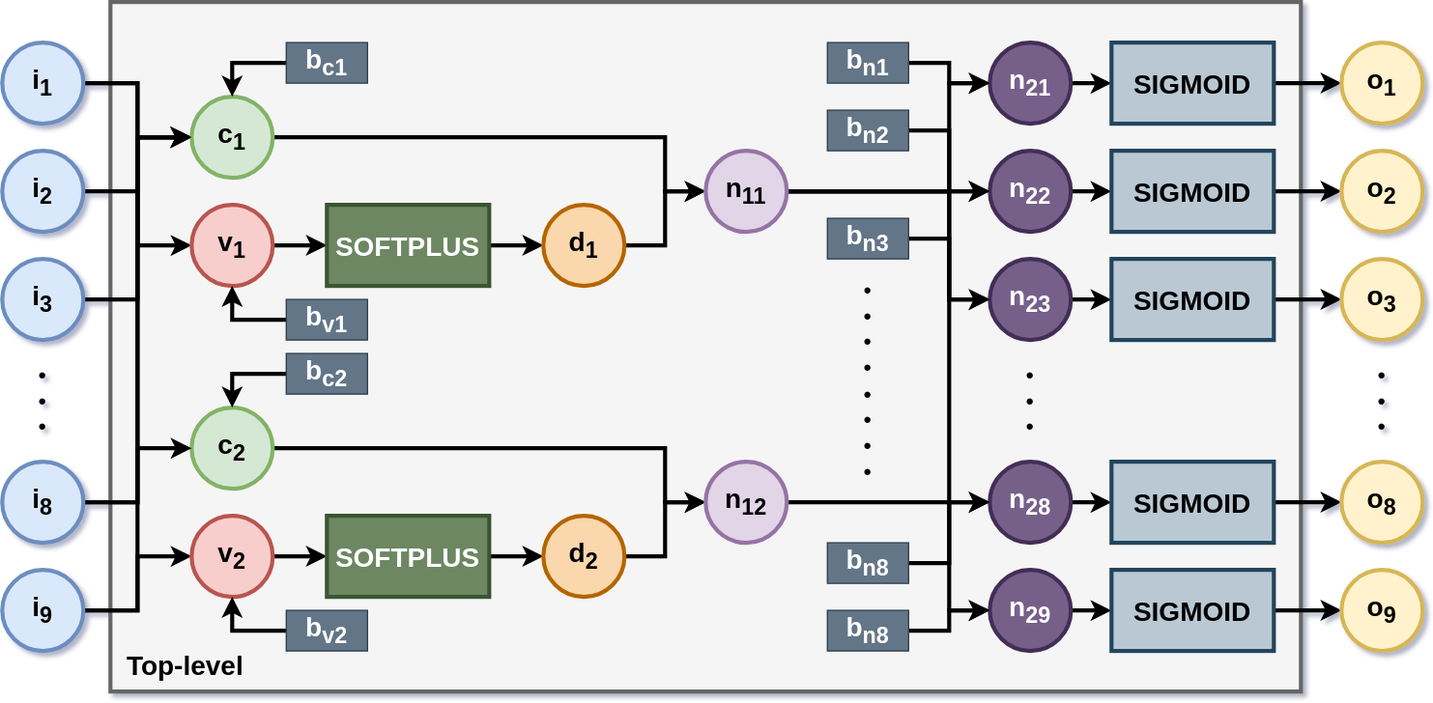
Earlier version of the draw.io export Level1/VAE.svg (gamalieladarann/KelompokXX). Source tidied: cells renumbered, new cells last; positions are measured from the earlier drawing's top-left corner, leaving out a move shared by most shapes.
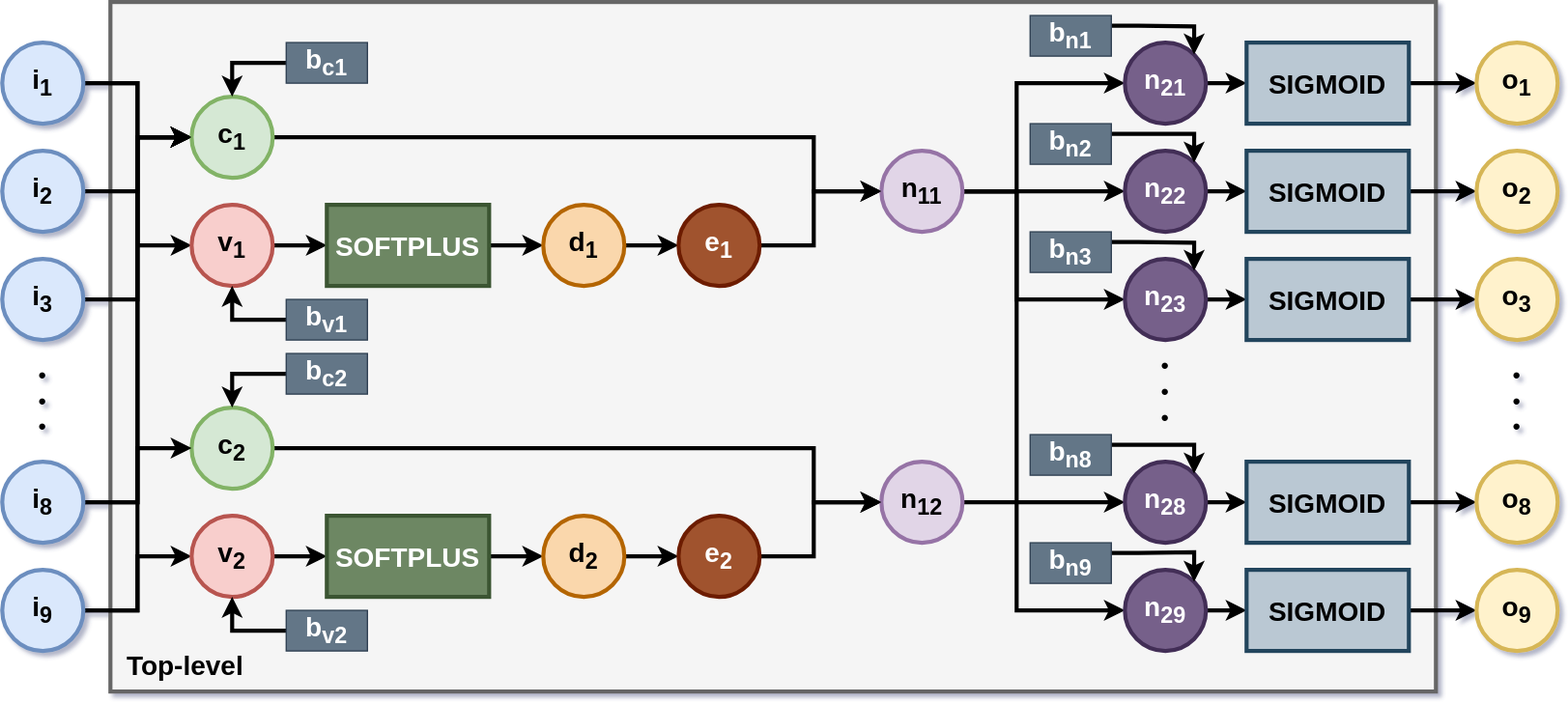
The same file after the commit.

What changed in the source:
```diff
@@ -5,3 +5,3 @@
     <mxCell id="2" style="rounded=0;whiteSpace=wrap;html=1;strokeWidth=3;fillColor=#f5f5f5;fontColor=#333333;strokeColor=#666666;" parent="1" vertex="1">
-      <mxGeometry x="80" width="880" height="510" as="geometry" />
+      <mxGeometry x="80" width="980" height="510" as="geometry" />
     </mxCell>
@@ -40,4 +40,4 @@
         <Array as="points">
-          <mxPoint x="490" y="100" />
-          <mxPoint x="490" y="140" />
+          <mxPoint x="600" y="100" />
+          <mxPoint x="600" y="140" />
         </Array>
@@ -57,4 +57,4 @@
         <Array as="points">
-          <mxPoint x="490" y="330" />
-          <mxPoint x="490" y="370" />
+          <mxPoint x="600" y="330" />
+          <mxPoint x="600" y="370" />
         </Array>
@@ -92,3 +92,3 @@
     </mxCell>
-    <mxCell id="28" style="edgeStyle=orthogonalEdgeStyle;rounded=0;jettySize=auto;html=1;exitX=1;exitY=0.5;exitDx=0;exitDy=0;entryX=0;entryY=0.5;entryDx=0;entryDy=0;strokeWidth=3;" parent="1" edge="1" source="29" target="36">
+    <mxCell id="28" style="edgeStyle=orthogonalEdgeStyle;rounded=0;jettySize=auto;html=1;exitX=1;exitY=0.5;exitDx=0;exitDy=0;entryX=0;entryY=0.5;entryDx=0;entryDy=0;strokeWidth=3;" parent="1" edge="1" source="29" target="89">
       <mxGeometry relative="1" as="geometry">
@@ -96,3 +96,3 @@
           <mxPoint x="490" y="180" />
-          <mxPoint x="490" y="140" />
+          <mxPoint x="490" y="180" />
         </Array>
@@ -103,10 +103,5 @@
     </mxCell>
-    <mxCell id="30" style="edgeStyle=orthogonalEdgeStyle;rounded=0;jettySize=auto;html=1;exitX=1;exitY=0.5;exitDx=0;exitDy=0;entryX=0;entryY=0.5;entryDx=0;entryDy=0;strokeWidth=3;" parent="1" edge="1" source="31" target="38">
-      <mxGeometry relative="1" as="geometry">
-        <Array as="points">
-          <mxPoint x="490" y="410" />
-          <mxPoint x="490" y="370" />
-        </Array>
-      </mxGeometry>
-    </mxCell>
+    <mxCell id="87" style="edgeStyle=orthogonalEdgeStyle;rounded=0;jettySize=auto;html=1;strokeWidth=3;" parent="1" edge="1" source="31" target="91">
+      <mxGeometry relative="1" as="geometry" />
+    </mxCell>
     <mxCell id="31" value="d&lt;sub&gt;2&lt;/sub&gt;" style="ellipse;whiteSpace=wrap;html=1;fontStyle=1;fontSize=20;strokeWidth=3;fillColor=#fad7ac;strokeColor=#b46504;" parent="1" vertex="1">
@@ -114,10 +109,2 @@
     </mxCell>
-    <mxCell id="32" style="edgeStyle=orthogonalEdgeStyle;rounded=0;jettySize=auto;html=1;exitX=1;exitY=0.5;exitDx=0;exitDy=0;entryX=0;entryY=0.5;entryDx=0;entryDy=0;strokeWidth=3;" parent="1" edge="1" source="36" target="40">
-      <mxGeometry relative="1" as="geometry">
-        <Array as="points">
-          <mxPoint x="700" y="140" />
-          <mxPoint x="700" y="60" />
-        </Array>
-      </mxGeometry>
-    </mxCell>
     <mxCell id="33" style="edgeStyle=orthogonalEdgeStyle;rounded=0;jettySize=auto;html=1;exitX=1;exitY=0.5;exitDx=0;exitDy=0;entryX=0;entryY=0.5;entryDx=0;entryDy=0;strokeWidth=3;" parent="1" edge="1" source="36" target="48">
@@ -125,4 +112,4 @@
         <Array as="points">
-          <mxPoint x="700" y="140" />
-          <mxPoint x="700" y="450" />
+          <mxPoint x="750" y="140" />
+          <mxPoint x="750" y="450" />
         </Array>
@@ -136,4 +123,4 @@
         <Array as="points">
-          <mxPoint x="700" y="140" />
-          <mxPoint x="700" y="220" />
+          <mxPoint x="750" y="140" />
+          <mxPoint x="750" y="220" />
         </Array>
@@ -141,4 +128,12 @@
     </mxCell>
+    <mxCell id="32" style="edgeStyle=orthogonalEdgeStyle;rounded=0;jettySize=auto;html=1;exitX=1;exitY=0.5;exitDx=0;exitDy=0;entryX=0;entryY=0.5;entryDx=0;entryDy=0;strokeWidth=3;" parent="1" edge="1" source="36" target="40">
+      <mxGeometry relative="1" as="geometry">
+        <Array as="points">
+          <mxPoint x="750" y="140" />
+          <mxPoint x="750" y="60" />
+        </Array>
+      </mxGeometry>
+    </mxCell>
     <mxCell id="36" value="n&lt;sub&gt;11&lt;/sub&gt;" style="ellipse;whiteSpace=wrap;html=1;fontStyle=1;fontSize=20;strokeWidth=3;fillColor=#e1d5e7;strokeColor=#9673a6;" parent="1" vertex="1">
-      <mxGeometry x="520" y="110" width="60" height="60" as="geometry" />
+      <mxGeometry x="650" y="110" width="60" height="60" as="geometry" />
     </mxCell>
@@ -148,3 +143,3 @@
     <mxCell id="38" value="n&lt;sub&gt;12&lt;/sub&gt;" style="ellipse;whiteSpace=wrap;html=1;fontStyle=1;fontSize=20;strokeWidth=3;fillColor=#e1d5e7;strokeColor=#9673a6;" parent="1" vertex="1">
-      <mxGeometry x="520" y="340" width="60" height="60" as="geometry" />
+      <mxGeometry x="650" y="340" width="60" height="60" as="geometry" />
     </mxCell>
@@ -154,3 +149,3 @@
     <mxCell id="40" value="n&lt;sub&gt;21&lt;/sub&gt;" style="ellipse;whiteSpace=wrap;html=1;fontStyle=1;fontSize=20;strokeWidth=3;fillColor=#76608a;fontColor=#ffffff;strokeColor=#432D57;" parent="1" vertex="1">
-      <mxGeometry x="730" y="30" width="60" height="60" as="geometry" />
+      <mxGeometry x="830" y="30" width="60" height="60" as="geometry" />
     </mxCell>
@@ -160,3 +155,3 @@
     <mxCell id="42" value="n&lt;sub&gt;22&lt;/sub&gt;" style="ellipse;whiteSpace=wrap;html=1;fontStyle=1;fontSize=20;strokeWidth=3;fillColor=#76608a;fontColor=#ffffff;strokeColor=#432D57;" parent="1" vertex="1">
-      <mxGeometry x="730" y="110" width="60" height="60" as="geometry" />
+      <mxGeometry x="830" y="110" width="60" height="60" as="geometry" />
     </mxCell>
@@ -166,3 +161,3 @@
     <mxCell id="44" value="n&lt;sub&gt;23&lt;/sub&gt;" style="ellipse;whiteSpace=wrap;html=1;fontStyle=1;fontSize=20;strokeWidth=3;fillColor=#76608a;fontColor=#ffffff;strokeColor=#432D57;" parent="1" vertex="1">
-      <mxGeometry x="730" y="190" width="60" height="60" as="geometry" />
+      <mxGeometry x="830" y="190" width="60" height="60" as="geometry" />
     </mxCell>
@@ -172,3 +167,3 @@
     <mxCell id="46" value="n&lt;sub&gt;28&lt;/sub&gt;" style="ellipse;whiteSpace=wrap;html=1;fontStyle=1;fontSize=20;strokeWidth=3;fillColor=#76608a;fontColor=#ffffff;strokeColor=#432D57;" parent="1" vertex="1">
-      <mxGeometry x="730" y="340" width="60" height="60" as="geometry" />
+      <mxGeometry x="830" y="340" width="60" height="60" as="geometry" />
     </mxCell>
@@ -178,3 +173,3 @@
     <mxCell id="48" value="n&lt;sub&gt;29&lt;/sub&gt;" style="ellipse;whiteSpace=wrap;html=1;fontStyle=1;fontSize=20;strokeWidth=3;fillColor=#76608a;fontColor=#ffffff;strokeColor=#432D57;" parent="1" vertex="1">
-      <mxGeometry x="730" y="420" width="60" height="60" as="geometry" />
+      <mxGeometry x="830" y="420" width="60" height="60" as="geometry" />
     </mxCell>
@@ -184,3 +179,3 @@
     <mxCell id="50" value="&lt;b&gt;&lt;font&gt;SIGMOID&lt;/font&gt;&lt;/b&gt;" style="rounded=0;whiteSpace=wrap;html=1;fontSize=20;strokeWidth=3;fillColor=#bac8d3;strokeColor=#23445d;" parent="1" vertex="1">
-      <mxGeometry x="820" y="30" width="120" height="60" as="geometry" />
+      <mxGeometry x="920" y="30" width="120" height="60" as="geometry" />
     </mxCell>
@@ -190,3 +185,3 @@
     <mxCell id="52" value="&lt;b&gt;&lt;font&gt;SIGMOID&lt;/font&gt;&lt;/b&gt;" style="rounded=0;whiteSpace=wrap;html=1;fontSize=20;strokeWidth=3;fillColor=#bac8d3;strokeColor=#23445d;" parent="1" vertex="1">
-      <mxGeometry x="820" y="110" width="120" height="60" as="geometry" />
+      <mxGeometry x="920" y="110" width="120" height="60" as="geometry" />
     </mxCell>
@@ -196,3 +191,3 @@
     <mxCell id="54" value="&lt;b&gt;&lt;font&gt;SIGMOID&lt;/font&gt;&lt;/b&gt;" style="rounded=0;whiteSpace=wrap;html=1;fontSize=20;strokeWidth=3;fillColor=#bac8d3;strokeColor=#23445d;" parent="1" vertex="1">
-      <mxGeometry x="820" y="190" width="120" height="60" as="geometry" />
+      <mxGeometry x="920" y="190" width="120" height="60" as="geometry" />
     </mxCell>
@@ -202,3 +197,3 @@
     <mxCell id="56" value="&lt;b&gt;&lt;font&gt;SIGMOID&lt;/font&gt;&lt;/b&gt;" style="rounded=0;whiteSpace=wrap;html=1;fontSize=20;strokeWidth=3;fillColor=#bac8d3;strokeColor=#23445d;" parent="1" vertex="1">
-      <mxGeometry x="820" y="340" width="120" height="60" as="geometry" />
+      <mxGeometry x="920" y="340" width="120" height="60" as="geometry" />
     </mxCell>
@@ -208,21 +203,21 @@
     <mxCell id="58" value="&lt;b&gt;&lt;font&gt;SIGMOID&lt;/font&gt;&lt;/b&gt;" style="rounded=0;whiteSpace=wrap;html=1;fontSize=20;strokeWidth=3;fillColor=#bac8d3;strokeColor=#23445d;" parent="1" vertex="1">
-      <mxGeometry x="820" y="420" width="120" height="60" as="geometry" />
+      <mxGeometry x="920" y="420" width="120" height="60" as="geometry" />
     </mxCell>
     <mxCell id="59" value="o&lt;sub&gt;1&lt;/sub&gt;" style="ellipse;whiteSpace=wrap;html=1;fontStyle=1;fontSize=20;strokeWidth=3;fillColor=#fff2cc;strokeColor=#d6b656;" parent="1" vertex="1">
-      <mxGeometry x="990" y="30" width="60" height="60" as="geometry" />
+      <mxGeometry x="1090" y="30" width="60" height="60" as="geometry" />
     </mxCell>
     <mxCell id="60" value="o&lt;span&gt;&lt;sub&gt;2&lt;/sub&gt;&lt;/span&gt;" style="ellipse;whiteSpace=wrap;html=1;fontStyle=1;fontSize=20;strokeWidth=3;fillColor=#fff2cc;strokeColor=#d6b656;" parent="1" vertex="1">
-      <mxGeometry x="990" y="110" width="60" height="60" as="geometry" />
+      <mxGeometry x="1090" y="110" width="60" height="60" as="geometry" />
     </mxCell>
     <mxCell id="61" value="o&lt;sub&gt;3&lt;/sub&gt;" style="ellipse;whiteSpace=wrap;html=1;fontStyle=1;fontSize=20;strokeWidth=3;fillColor=#fff2cc;strokeColor=#d6b656;" parent="1" vertex="1">
-      <mxGeometry x="990" y="190" width="60" height="60" as="geometry" />
+      <mxGeometry x="1090" y="190" width="60" height="60" as="geometry" />
     </mxCell>
     <mxCell id="62" value="o&lt;sub&gt;9&lt;/sub&gt;" style="ellipse;whiteSpace=wrap;html=1;fontStyle=1;fontSize=20;strokeWidth=3;fillColor=#fff2cc;strokeColor=#d6b656;" parent="1" vertex="1">
-      <mxGeometry x="990" y="420" width="60" height="60" as="geometry" />
+      <mxGeometry x="1090" y="420" width="60" height="60" as="geometry" />
     </mxCell>
     <mxCell id="63" value="•&lt;div&gt;•&lt;/div&gt;&lt;div&gt;•&lt;/div&gt;" style="text;align=center;verticalAlign=middle;rounded=0;fontStyle=1;strokeWidth=3;fillColor=none;strokeColor=none;labelBorderColor=none;labelBackgroundColor=none;textShadow=0;fontSize=16;spacing=0;spacingTop=0;html=1;whiteSpace=wrap;horizontal=1;labelPosition=center;verticalLabelPosition=middle;" parent="1" vertex="1">
-      <mxGeometry x="990" y="265" width="60" height="60" as="geometry" />
+      <mxGeometry x="1090" y="265" width="60" height="60" as="geometry" />
     </mxCell>
     <mxCell id="64" value="o&lt;sub&gt;8&lt;/sub&gt;" style="ellipse;whiteSpace=wrap;html=1;fontStyle=1;fontSize=20;strokeWidth=3;fillColor=#fff2cc;strokeColor=#d6b656;" parent="1" vertex="1">
-      <mxGeometry x="990" y="340" width="60" height="60" as="geometry" />
+      <mxGeometry x="1090" y="340" width="60" height="60" as="geometry" />
     </mxCell>
@@ -232,3 +227,3 @@
     <mxCell id="66" value="•&lt;div&gt;•&lt;/div&gt;&lt;div&gt;•&lt;/div&gt;" style="text;align=center;verticalAlign=middle;rounded=0;fontStyle=1;strokeWidth=3;fillColor=none;strokeColor=none;labelBorderColor=none;labelBackgroundColor=none;textShadow=0;fontSize=16;spacing=0;spacingTop=0;html=1;whiteSpace=wrap;horizontal=1;labelPosition=center;verticalLabelPosition=middle;" parent="1" vertex="1">
-      <mxGeometry x="730" y="265" width="60" height="60" as="geometry" />
+      <mxGeometry x="830" y="257.5" width="60" height="60" as="geometry" />
     </mxCell>
@@ -261,35 +256,77 @@
     </mxCell>
-    <mxCell id="76" style="edgeStyle=orthogonalEdgeStyle;rounded=0;jettySize=auto;html=1;exitX=1;exitY=0.5;exitDx=0;exitDy=0;entryX=0;entryY=0.5;entryDx=0;entryDy=0;strokeWidth=3;" parent="1" edge="1" source="77" target="40">
-      <mxGeometry relative="1" as="geometry" />
+    <mxCell id="76" style="edgeStyle=orthogonalEdgeStyle;rounded=0;jettySize=auto;html=1;exitX=1;exitY=0.25;exitDx=0;exitDy=0;entryX=1;entryY=0;entryDx=0;entryDy=0;strokeWidth=3;" parent="1" edge="1" source="77" target="40">
+      <mxGeometry relative="1" as="geometry">
+        <Array as="points">
+          <mxPoint x="840" y="18" />
+          <mxPoint x="881" y="18" />
+        </Array>
+      </mxGeometry>
     </mxCell>
     <mxCell id="77" value="&lt;b&gt;&lt;font style=&quot;font-size: 20px;&quot;&gt;b&lt;sub style=&quot;&quot;&gt;n&lt;/sub&gt;&lt;sub&gt;1&lt;/sub&gt;&lt;/font&gt;&lt;/b&gt;" style="text;html=1;align=center;verticalAlign=middle;whiteSpace=wrap;rounded=0;fillColor=#647687;fontColor=#ffffff;strokeColor=#314354;" parent="1" vertex="1">
-      <mxGeometry x="610" y="30" width="60" height="30" as="geometry" />
+      <mxGeometry x="760" y="10" width="60" height="30" as="geometry" />
     </mxCell>
-    <mxCell id="78" style="edgeStyle=orthogonalEdgeStyle;rounded=0;jettySize=auto;html=1;entryX=0;entryY=0.5;entryDx=0;entryDy=0;strokeWidth=3;" parent="1" edge="1" source="79" target="42">
-      <mxGeometry relative="1" as="geometry" />
+    <mxCell id="78" style="edgeStyle=orthogonalEdgeStyle;rounded=0;jettySize=auto;html=1;exitX=1;exitY=0.25;exitDx=0;exitDy=0;entryX=1;entryY=0;entryDx=0;entryDy=0;strokeWidth=3;" parent="1" edge="1" source="79" target="42">
+      <mxGeometry relative="1" as="geometry">
+        <Array as="points">
+          <mxPoint x="881" y="98" />
+        </Array>
+      </mxGeometry>
     </mxCell>
     <mxCell id="79" value="&lt;b&gt;&lt;font style=&quot;font-size: 20px;&quot;&gt;b&lt;sub style=&quot;&quot;&gt;n2&lt;/sub&gt;&lt;/font&gt;&lt;/b&gt;" style="text;html=1;align=center;verticalAlign=middle;whiteSpace=wrap;rounded=0;fillColor=#647687;fontColor=#ffffff;strokeColor=#314354;" parent="1" vertex="1">
-      <mxGeometry x="610" y="80" width="60" height="30" as="geometry" />
+      <mxGeometry x="760" y="90" width="60" height="30" as="geometry" />
     </mxCell>
-    <mxCell id="80" style="edgeStyle=orthogonalEdgeStyle;rounded=0;jettySize=auto;html=1;entryX=0;entryY=0.5;entryDx=0;entryDy=0;strokeWidth=3;" parent="1" edge="1" source="81" target="44">
-      <mxGeometry relative="1" as="geometry" />
+    <mxCell id="80" style="edgeStyle=orthogonalEdgeStyle;rounded=0;jettySize=auto;html=1;exitX=1;exitY=0.25;exitDx=0;exitDy=0;entryX=1;entryY=0;entryDx=0;entryDy=0;strokeWidth=3;" parent="1" edge="1" source="81" target="44">
+      <mxGeometry relative="1" as="geometry">
+        <Array as="points">
+          <mxPoint x="840" y="178" />
+          <mxPoint x="881" y="178" />
+        </Array>
+      </mxGeometry>
     </mxCell>
     <mxCell id="81" value="&lt;b&gt;&lt;font style=&quot;font-size: 20px;&quot;&gt;b&lt;sub style=&quot;&quot;&gt;n3&lt;/sub&gt;&lt;/font&gt;&lt;/b&gt;" style="text;html=1;align=center;verticalAlign=middle;whiteSpace=wrap;rounded=0;fillColor=#647687;fontColor=#ffffff;strokeColor=#314354;" parent="1" vertex="1">
-      <mxGeometry x="610" y="160" width="60" height="30" as="geometry" />
+      <mxGeometry x="760" y="170" width="60" height="30" as="geometry" />
     </mxCell>
-    <mxCell id="82" value="•&lt;div&gt;•&lt;/div&gt;&lt;div&gt;•&lt;/div&gt;&lt;div&gt;•&lt;div&gt;•&lt;/div&gt;&lt;div&gt;•&lt;/div&gt;&lt;/div&gt;&lt;div&gt;•&lt;div&gt;•&lt;/div&gt;&lt;/div&gt;" style="text;align=center;verticalAlign=middle;rounded=0;fontStyle=1;strokeWidth=3;fillColor=none;strokeColor=none;labelBorderColor=none;labelBackgroundColor=none;textShadow=0;fontSize=16;spacing=0;spacingTop=0;html=1;whiteSpace=wrap;horizontal=1;labelPosition=center;verticalLabelPosition=middle;" parent="1" vertex="1">
-      <mxGeometry x="610" y="190" width="60" height="180" as="geometry" />
-    </mxCell>
-    <mxCell id="83" style="edgeStyle=orthogonalEdgeStyle;rounded=0;jettySize=auto;html=1;exitX=1;exitY=0.5;exitDx=0;exitDy=0;entryX=0;entryY=0.5;entryDx=0;entryDy=0;strokeWidth=3;" parent="1" edge="1" source="84" target="46">
-      <mxGeometry relative="1" as="geometry" />
+    <mxCell id="83" style="edgeStyle=orthogonalEdgeStyle;rounded=0;jettySize=auto;html=1;exitX=1;exitY=0.25;exitDx=0;exitDy=0;entryX=1;entryY=0;entryDx=0;entryDy=0;strokeWidth=3;" parent="1" edge="1" source="84" target="46">
+      <mxGeometry relative="1" as="geometry">
+        <Array as="points">
+          <mxPoint x="881" y="327" />
+        </Array>
+      </mxGeometry>
     </mxCell>
     <mxCell id="84" value="&lt;b&gt;&lt;font style=&quot;font-size: 20px;&quot;&gt;b&lt;sub style=&quot;&quot;&gt;n8&lt;/sub&gt;&lt;/font&gt;&lt;/b&gt;" style="text;html=1;align=center;verticalAlign=middle;whiteSpace=wrap;rounded=0;fillColor=#647687;fontColor=#ffffff;strokeColor=#314354;" parent="1" vertex="1">
-      <mxGeometry x="610" y="400" width="60" height="30" as="geometry" />
+      <mxGeometry x="760" y="320" width="60" height="30" as="geometry" />
     </mxCell>
-    <mxCell id="85" style="edgeStyle=orthogonalEdgeStyle;rounded=0;jettySize=auto;html=1;exitX=1;exitY=0.5;exitDx=0;exitDy=0;entryX=0;entryY=0.5;entryDx=0;entryDy=0;strokeWidth=3;" parent="1" edge="1" source="86" target="48">
-      <mxGeometry relative="1" as="geometry" />
+    <mxCell id="85" style="edgeStyle=orthogonalEdgeStyle;rounded=0;jettySize=auto;html=1;exitX=1;exitY=0.25;exitDx=0;exitDy=0;entryX=1;entryY=0;entryDx=0;entryDy=0;strokeWidth=3;" parent="1" edge="1" source="86" target="48">
+      <mxGeometry relative="1" as="geometry">
+        <Array as="points">
+          <mxPoint x="840" y="407" />
+          <mxPoint x="881" y="407" />
+        </Array>
+      </mxGeometry>
     </mxCell>
-    <mxCell id="86" value="&lt;b&gt;&lt;font style=&quot;font-size: 20px;&quot;&gt;b&lt;sub style=&quot;&quot;&gt;n8&lt;/sub&gt;&lt;/font&gt;&lt;/b&gt;" style="text;html=1;align=center;verticalAlign=middle;whiteSpace=wrap;rounded=0;fillColor=#647687;fontColor=#ffffff;strokeColor=#314354;" parent="1" vertex="1">
-      <mxGeometry x="610" y="450" width="60" height="30" as="geometry" />
+    <mxCell id="86" value="&lt;b&gt;&lt;font style=&quot;font-size: 20px;&quot;&gt;b&lt;sub style=&quot;&quot;&gt;n9&lt;/sub&gt;&lt;/font&gt;&lt;/b&gt;" style="text;html=1;align=center;verticalAlign=middle;whiteSpace=wrap;rounded=0;fillColor=#647687;fontColor=#ffffff;strokeColor=#314354;" parent="1" vertex="1">
+      <mxGeometry x="760" y="400" width="60" height="30" as="geometry" />
     </mxCell>
+    <mxCell id="88" style="edgeStyle=orthogonalEdgeStyle;rounded=0;jettySize=auto;html=1;entryX=0;entryY=0.5;entryDx=0;entryDy=0;strokeWidth=3;" parent="1" edge="1" source="89" target="36">
+      <mxGeometry relative="1" as="geometry">
+        <Array as="points">
+          <mxPoint x="600" y="180" />
+          <mxPoint x="600" y="140" />
+        </Array>
+      </mxGeometry>
+    </mxCell>
+    <mxCell id="89" value="e&lt;sub&gt;1&lt;/sub&gt;" style="ellipse;whiteSpace=wrap;html=1;fontStyle=1;fontSize=20;strokeWidth=3;fillColor=#a0522d;strokeColor=#6D1F00;fontColor=#ffffff;" parent="1" vertex="1">
+      <mxGeometry x="500" y="150" width="60" height="60" as="geometry" />
+    </mxCell>
+    <mxCell id="90" style="edgeStyle=orthogonalEdgeStyle;rounded=0;jettySize=auto;html=1;entryX=0;entryY=0.5;entryDx=0;entryDy=0;strokeWidth=3;" parent="1" edge="1" source="91" target="38">
+      <mxGeometry relative="1" as="geometry">
+        <Array as="points">
+          <mxPoint x="600" y="410" />
+          <mxPoint x="600" y="370" />
+        </Array>
+      </mxGeometry>
+    </mxCell>
+    <mxCell id="91" value="e&lt;sub&gt;2&lt;/sub&gt;" style="ellipse;whiteSpace=wrap;html=1;fontStyle=1;fontSize=20;strokeWidth=3;fillColor=#a0522d;strokeColor=#6D1F00;fontColor=#ffffff;" parent="1" vertex="1">
+      <mxGeometry x="500" y="380" width="60" height="60" as="geometry" />
+    </mxCell>
   </root>
```
